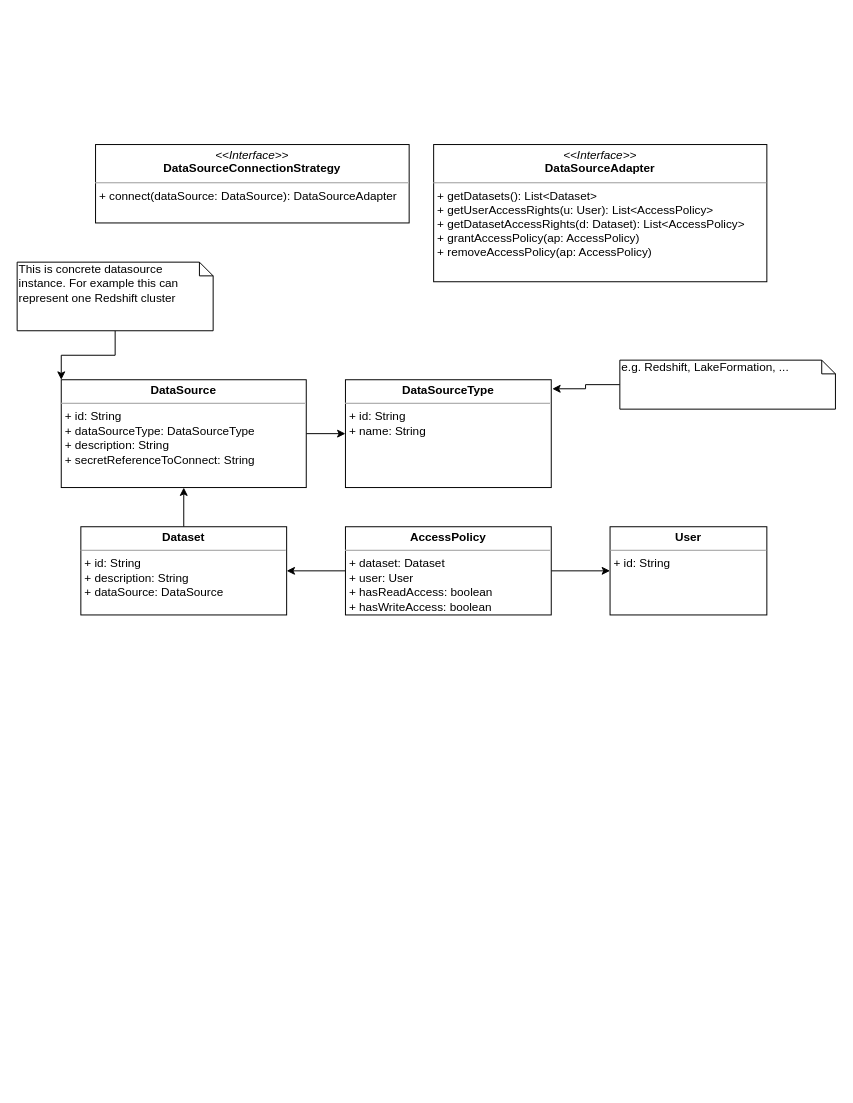
piotr-kalanski/access-management keeps this draw.io diagram as page "domain-model" (2 of 4) of diagrams/diagrams.drawio. Above is the earlier version. Source tidied: cells renumbered, new cells numbered last; positions are measured from the earlier drawing's top-left corner, leaving out a move shared by most shapes. Both pictures are drawn from the tidied source at 98%, with x=0, y=0 at pixel (17, 144).
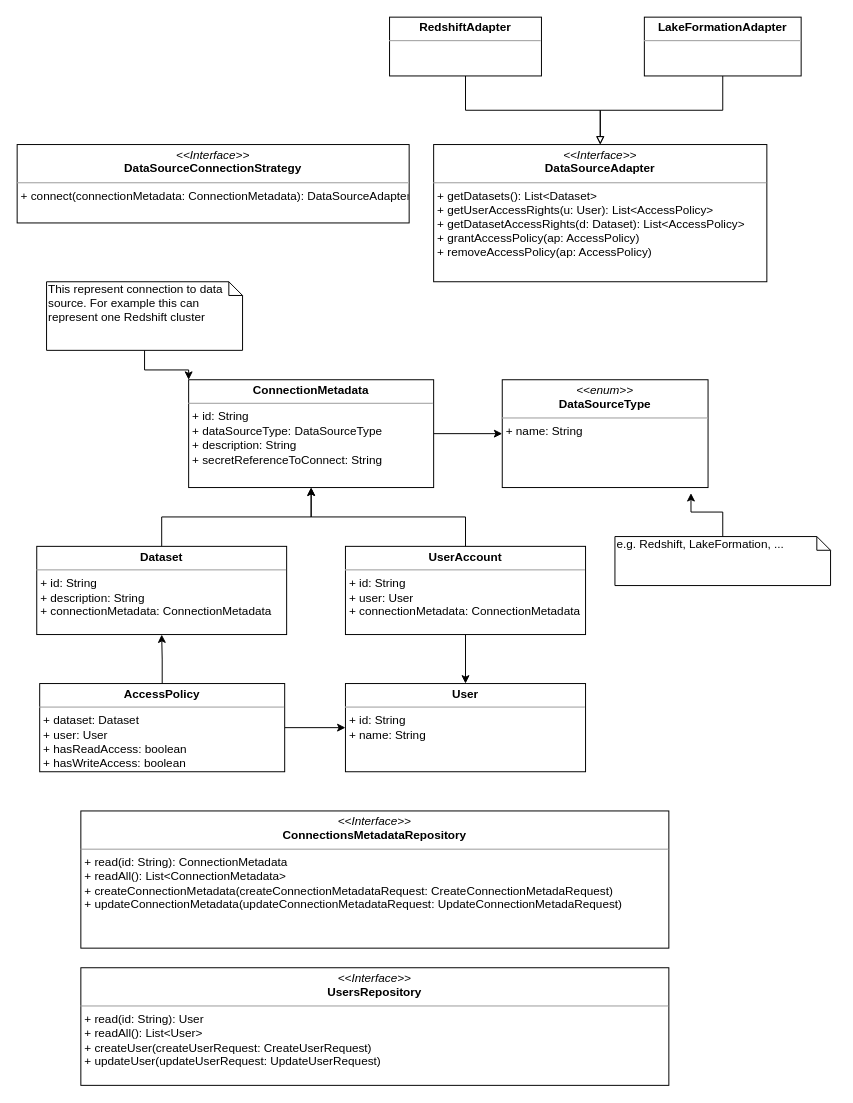
The same diagram, later.

The change refers to these unchanged cells:
```xml
<mxCell id="8" value="&lt;p style=&quot;margin: 0px ; margin-top: 4px ; text-align: center&quot;&gt;&lt;i&gt;&amp;lt;&amp;lt;Interface&amp;gt;&amp;gt;&lt;/i&gt;&lt;br&gt;&lt;b&gt;DataSourceAdapter&lt;/b&gt;&lt;br&gt;&lt;/p&gt;&lt;hr size=&quot;1&quot;&gt;&lt;p style=&quot;margin: 0px ; margin-left: 4px&quot;&gt;&lt;/p&gt;&lt;p style=&quot;margin: 0px ; margin-left: 4px&quot;&gt;+ getDatasets(): List&amp;lt;Dataset&amp;gt;&lt;br&gt;+ getUserAccessRights(u: User): List&amp;lt;AccessPolicy&amp;gt;&lt;br&gt;+ getDatasetAccessRights(d: Dataset): List&amp;lt;AccessPolicy&amp;gt;&lt;br&gt;+ grantAccessPolicy(ap: AccessPolicy)&lt;br&gt;+ removeAccessPolicy(ap: AccessPolicy)&lt;br&gt;&lt;/p&gt;" style="verticalAlign=top;align=left;overflow=fill;fontSize=12;fontFamily=Helvetica;html=1;" parent="1" vertex="1">
  <mxGeometry x="425" width="340" height="140" as="geometry" />
</mxCell>
```

Diff of the diagram source:
```diff
@@
-    <mxCell id="2" value="&lt;p style=&quot;margin: 0px ; margin-top: 4px ; text-align: center&quot;&gt;&lt;b&gt;User&lt;/b&gt;&lt;/p&gt;&lt;hr size=&quot;1&quot;&gt;&lt;p style=&quot;margin: 0px ; margin-left: 4px&quot;&gt;+ id: String&lt;br&gt;&lt;/p&gt;" style="verticalAlign=top;align=left;overflow=fill;fontSize=12;fontFamily=Helvetica;html=1;" parent="1" vertex="1">
-      <mxGeometry x="605" y="390" width="160" height="90" as="geometry" />
+    <mxCell id="2" value="&lt;p style=&quot;margin: 0px ; margin-top: 4px ; text-align: center&quot;&gt;&lt;b&gt;User&lt;/b&gt;&lt;/p&gt;&lt;hr size=&quot;1&quot;&gt;&lt;p style=&quot;margin: 0px ; margin-left: 4px&quot;&gt;+ id: String&lt;br&gt;+ name: String&lt;br&gt;&lt;/p&gt;" style="verticalAlign=top;align=left;overflow=fill;fontSize=12;fontFamily=Helvetica;html=1;" parent="1" vertex="1">
+      <mxGeometry x="335" y="550" width="245" height="90" as="geometry" />
     </mxCell>
-    <mxCell id="3" style="edgeStyle=orthogonalEdgeStyle;rounded=0;jettySize=auto;html=1;entryX=1;entryY=0.5;entryDx=0;entryDy=0;" parent="1" edge="1" source="5" target="7">
+    <mxCell id="3" style="edgeStyle=orthogonalEdgeStyle;rounded=0;jettySize=auto;html=1;entryX=0.5;entryY=1;entryDx=0;entryDy=0;" parent="1" edge="1" source="5" target="7">
       <mxGeometry relative="1" as="geometry" />
     </mxCell>
@@
     <mxCell id="5" value="&lt;p style=&quot;margin: 0px ; margin-top: 4px ; text-align: center&quot;&gt;&lt;b&gt;AccessPolicy&lt;/b&gt;&lt;/p&gt;&lt;hr size=&quot;1&quot;&gt;&lt;p style=&quot;margin: 0px ; margin-left: 4px&quot;&gt;+ dataset: Dataset&lt;br&gt;+ user: User&lt;br&gt;&lt;/p&gt;&lt;p style=&quot;margin: 0px ; margin-left: 4px&quot;&gt;+ hasReadAccess: boolean&lt;/p&gt;&lt;p style=&quot;margin: 0px ; margin-left: 4px&quot;&gt;+ hasWriteAccess: boolean&lt;br&gt;&lt;/p&gt;" style="verticalAlign=top;align=left;overflow=fill;fontSize=12;fontFamily=Helvetica;html=1;" parent="1" vertex="1">
-      <mxGeometry x="335" y="390" width="210" height="90" as="geometry" />
+      <mxGeometry x="23" y="550" width="250" height="90" as="geometry" />
     </mxCell>
@@
-    <mxCell id="7" value="&lt;p style=&quot;margin: 0px ; margin-top: 4px ; text-align: center&quot;&gt;&lt;b&gt;Dataset&lt;/b&gt;&lt;/p&gt;&lt;hr size=&quot;1&quot;&gt;&lt;p style=&quot;margin: 0px ; margin-left: 4px&quot;&gt;+ id: String&lt;br&gt;+ description: String&lt;br&gt;+ dataSource: DataSource&lt;/p&gt;" style="verticalAlign=top;align=left;overflow=fill;fontSize=12;fontFamily=Helvetica;html=1;" parent="1" vertex="1">
-      <mxGeometry x="65" y="390" width="210" height="90" as="geometry" />
+    <mxCell id="7" value="&lt;p style=&quot;margin: 0px ; margin-top: 4px ; text-align: center&quot;&gt;&lt;b&gt;Dataset&lt;/b&gt;&lt;/p&gt;&lt;hr size=&quot;1&quot;&gt;&lt;p style=&quot;margin: 0px ; margin-left: 4px&quot;&gt;+ id: String&lt;br&gt;+ description: String&lt;br&gt;+ connectionMetadata: ConnectionMetadata&lt;/p&gt;&lt;span style=&quot;text-align: center&quot;&gt;&lt;br&gt;&lt;br&gt;&lt;/span&gt;" style="verticalAlign=top;align=left;overflow=fill;fontSize=12;fontFamily=Helvetica;html=1;" parent="1" vertex="1">
+      <mxGeometry x="20" y="410" width="255" height="90" as="geometry" />
     </mxCell>
@@
-    <mxCell id="10" value="&lt;p style=&quot;margin: 0px ; margin-top: 4px ; text-align: center&quot;&gt;&lt;b&gt;DataSource&lt;/b&gt;&lt;/p&gt;&lt;hr size=&quot;1&quot;&gt;&lt;p style=&quot;margin: 0px ; margin-left: 4px&quot;&gt;+ id: String&lt;br&gt;+ dataSourceType:&amp;nbsp;&lt;span style=&quot;text-align: center&quot;&gt;DataSourceType&lt;/span&gt;&lt;br&gt;+ description: String&lt;br&gt;+ secretReferenceToConnect: String&lt;/p&gt;" style="verticalAlign=top;align=left;overflow=fill;fontSize=12;fontFamily=Helvetica;html=1;" parent="1" vertex="1">
-      <mxGeometry x="45" y="240" width="250" height="110" as="geometry" />
+    <mxCell id="10" value="&lt;p style=&quot;margin: 0px ; margin-top: 4px ; text-align: center&quot;&gt;&lt;b&gt;ConnectionMetadata&lt;/b&gt;&lt;/p&gt;&lt;hr size=&quot;1&quot;&gt;&lt;p style=&quot;margin: 0px ; margin-left: 4px&quot;&gt;+ id: String&lt;br&gt;+ dataSourceType:&amp;nbsp;&lt;span style=&quot;text-align: center&quot;&gt;DataSourceType&lt;/span&gt;&lt;br&gt;+ description: String&lt;br&gt;+ secretReferenceToConnect: String&lt;/p&gt;" style="verticalAlign=top;align=left;overflow=fill;fontSize=12;fontFamily=Helvetica;html=1;" parent="1" vertex="1">
+      <mxGeometry x="175" y="240" width="250" height="110" as="geometry" />
     </mxCell>
-    <mxCell id="11" value="&lt;p style=&quot;margin: 0px ; margin-top: 4px ; text-align: center&quot;&gt;&lt;b&gt;DataSourceType&lt;/b&gt;&lt;/p&gt;&lt;hr size=&quot;1&quot;&gt;&lt;p style=&quot;margin: 0px ; margin-left: 4px&quot;&gt;+ id: String&lt;br&gt;+ name: String&lt;br&gt;&lt;/p&gt;" style="verticalAlign=top;align=left;overflow=fill;fontSize=12;fontFamily=Helvetica;html=1;" parent="1" vertex="1">
-      <mxGeometry x="335" y="240" width="210" height="110" as="geometry" />
+    <mxCell id="11" value="&lt;p style=&quot;margin: 0px ; margin-top: 4px ; text-align: center&quot;&gt;&lt;i&gt;&amp;lt;&amp;lt;enum&amp;gt;&amp;gt;&lt;/i&gt;&lt;br&gt;&lt;b&gt;DataSourceType&lt;/b&gt;&lt;/p&gt;&lt;hr size=&quot;1&quot;&gt;&lt;p style=&quot;margin: 0px ; margin-left: 4px&quot;&gt;+ name: String&lt;br&gt;&lt;/p&gt;" style="verticalAlign=top;align=left;overflow=fill;fontSize=12;fontFamily=Helvetica;html=1;" parent="1" vertex="1">
+      <mxGeometry x="495" y="240" width="210" height="110" as="geometry" />
     </mxCell>
-    <mxCell id="12" style="edgeStyle=orthogonalEdgeStyle;rounded=0;jettySize=auto;html=1;entryX=1.005;entryY=0.084;entryDx=0;entryDy=0;entryPerimeter=0;" parent="1" edge="1" source="13" target="11">
+    <mxCell id="12" style="edgeStyle=orthogonalEdgeStyle;rounded=0;jettySize=auto;html=1;entryX=0.917;entryY=1.052;entryDx=0;entryDy=0;entryPerimeter=0;" parent="1" edge="1" source="13" target="11">
       <mxGeometry relative="1" as="geometry" />
     </mxCell>
     <mxCell id="13" value="e.g. Redshift, LakeFormation, ..." style="shape=note;whiteSpace=wrap;html=1;size=14;verticalAlign=top;align=left;spacingTop=-6;" parent="1" vertex="1">
-      <mxGeometry x="615" y="220" width="220" height="50" as="geometry" />
+      <mxGeometry x="610" y="400" width="220" height="50" as="geometry" />
     </mxCell>
@@
-    <mxCell id="15" value="This is concrete datasource instance. For example this can represent one Redshift cluster" style="shape=note;whiteSpace=wrap;html=1;size=14;verticalAlign=top;align=left;spacingTop=-6;" parent="1" vertex="1">
-      <mxGeometry y="120" width="200" height="70" as="geometry" />
+    <mxCell id="15" value="This represent connection to data source. For example this can represent one Redshift cluster" style="shape=note;whiteSpace=wrap;html=1;size=14;verticalAlign=top;align=left;spacingTop=-6;" parent="1" vertex="1">
+      <mxGeometry x="30" y="140" width="200" height="70" as="geometry" />
     </mxCell>
-    <mxCell id="16" value="&lt;p style=&quot;margin: 0px ; margin-top: 4px ; text-align: center&quot;&gt;&lt;i&gt;&amp;lt;&amp;lt;Interface&amp;gt;&amp;gt;&lt;/i&gt;&lt;br&gt;&lt;b&gt;DataSourceConnectionStrategy&lt;/b&gt;&lt;/p&gt;&lt;hr size=&quot;1&quot;&gt;&lt;p style=&quot;margin: 0px ; margin-left: 4px&quot;&gt;&lt;/p&gt;&lt;p style=&quot;margin: 0px ; margin-left: 4px&quot;&gt;+ connect(dataSource: DataSource): DataSourceAdapter&lt;br&gt;&lt;/p&gt;" style="verticalAlign=top;align=left;overflow=fill;fontSize=12;fontFamily=Helvetica;html=1;" parent="1" vertex="1">
-      <mxGeometry x="80" width="320" height="80" as="geometry" />
+    <mxCell id="16" value="&lt;p style=&quot;margin: 0px ; margin-top: 4px ; text-align: center&quot;&gt;&lt;i&gt;&amp;lt;&amp;lt;Interface&amp;gt;&amp;gt;&lt;/i&gt;&lt;br&gt;&lt;b&gt;DataSourceConnectionStrategy&lt;/b&gt;&lt;/p&gt;&lt;hr size=&quot;1&quot;&gt;&lt;p style=&quot;margin: 0px ; margin-left: 4px&quot;&gt;&lt;/p&gt;&lt;p style=&quot;margin: 0px ; margin-left: 4px&quot;&gt;+ connect(connectionMetadata:&amp;nbsp;&lt;span style=&quot;text-align: center&quot;&gt;ConnectionMetadata&lt;/span&gt;): DataSourceAdapter&lt;br&gt;&lt;/p&gt;" style="verticalAlign=top;align=left;overflow=fill;fontSize=12;fontFamily=Helvetica;html=1;" parent="1" vertex="1">
+      <mxGeometry width="400" height="80" as="geometry" />
     </mxCell>
+    <mxCell id="17" style="edgeStyle=orthogonalEdgeStyle;rounded=0;jettySize=auto;html=1;" parent="1" edge="1" source="19" target="2">
+      <mxGeometry relative="1" as="geometry" />
+    </mxCell>
+    <mxCell id="18" style="edgeStyle=orthogonalEdgeStyle;rounded=0;jettySize=auto;html=1;entryX=0.5;entryY=1;entryDx=0;entryDy=0;" parent="1" edge="1" source="19" target="10">
+      <mxGeometry relative="1" as="geometry" />
+    </mxCell>
+    <mxCell id="19" value="&lt;p style=&quot;margin: 0px ; margin-top: 4px ; text-align: center&quot;&gt;&lt;b&gt;UserAccount&lt;/b&gt;&lt;/p&gt;&lt;hr size=&quot;1&quot;&gt;&lt;p style=&quot;margin: 0px ; margin-left: 4px&quot;&gt;+ id: String&lt;br&gt;+ user: User&lt;br&gt;+ connectionMetadata: ConnectionMetadata&lt;br&gt;&lt;/p&gt;" style="verticalAlign=top;align=left;overflow=fill;fontSize=12;fontFamily=Helvetica;html=1;" parent="1" vertex="1">
+      <mxGeometry x="335" y="410" width="245" height="90" as="geometry" />
+    </mxCell>
+    <mxCell id="20" style="edgeStyle=orthogonalEdgeStyle;rounded=0;jettySize=auto;html=1;entryX=0.5;entryY=0;entryDx=0;entryDy=0;endArrow=block;endFill=0;" parent="1" edge="1" source="21" target="8">
+      <mxGeometry relative="1" as="geometry" />
+    </mxCell>
+    <mxCell id="21" value="&lt;p style=&quot;margin: 0px ; margin-top: 4px ; text-align: center&quot;&gt;&lt;b&gt;RedshiftAdapter&lt;/b&gt;&lt;br&gt;&lt;/p&gt;&lt;hr size=&quot;1&quot;&gt;&lt;p style=&quot;margin: 0px ; margin-left: 4px&quot;&gt;&lt;/p&gt;&lt;p style=&quot;margin: 0px ; margin-left: 4px&quot;&gt;&lt;br&gt;&lt;/p&gt;" style="verticalAlign=top;align=left;overflow=fill;fontSize=12;fontFamily=Helvetica;html=1;" parent="1" vertex="1">
+      <mxGeometry x="380" y="-130" width="155" height="60" as="geometry" />
+    </mxCell>
+    <mxCell id="22" style="edgeStyle=orthogonalEdgeStyle;rounded=0;jettySize=auto;html=1;entryX=0.5;entryY=0;entryDx=0;entryDy=0;endArrow=block;endFill=0;" parent="1" edge="1" source="23" target="8">
+      <mxGeometry relative="1" as="geometry" />
+    </mxCell>
+    <mxCell id="23" value="&lt;p style=&quot;margin: 0px ; margin-top: 4px ; text-align: center&quot;&gt;&lt;b&gt;LakeFormationAdapter&lt;/b&gt;&lt;br&gt;&lt;/p&gt;&lt;hr size=&quot;1&quot;&gt;&lt;p style=&quot;margin: 0px ; margin-left: 4px&quot;&gt;&lt;/p&gt;&lt;p style=&quot;margin: 0px ; margin-left: 4px&quot;&gt;&lt;br&gt;&lt;/p&gt;" style="verticalAlign=top;align=left;overflow=fill;fontSize=12;fontFamily=Helvetica;html=1;" parent="1" vertex="1">
+      <mxGeometry x="640" y="-130" width="160" height="60" as="geometry" />
+    </mxCell>
+    <mxCell id="24" value="&lt;p style=&quot;margin: 0px ; margin-top: 4px ; text-align: center&quot;&gt;&lt;i&gt;&amp;lt;&amp;lt;Interface&amp;gt;&amp;gt;&lt;/i&gt;&lt;br&gt;&lt;b&gt;ConnectionsMetadataRepository&lt;/b&gt;&lt;br&gt;&lt;/p&gt;&lt;hr size=&quot;1&quot;&gt;&lt;p style=&quot;margin: 0px ; margin-left: 4px&quot;&gt;&lt;/p&gt;&lt;p style=&quot;margin: 0px ; margin-left: 4px&quot;&gt;+ read(id: String): ConnectionMetadata&lt;br&gt;+ readAll(): List&amp;lt;ConnectionMetadata&amp;gt;&lt;br&gt;+ createConnectionMetadata(createConnectionMetadataRequest: CreateConnectionMetadaRequest)&lt;br&gt;+ updateConnectionMetadata(updateConnectionMetadataRequest: UpdateConnectionMetadaRequest)&lt;br&gt;&lt;/p&gt;" style="verticalAlign=top;align=left;overflow=fill;fontSize=12;fontFamily=Helvetica;html=1;" parent="1" vertex="1">
+      <mxGeometry x="65" y="680" width="600" height="140" as="geometry" />
+    </mxCell>
+    <mxCell id="25" value="&lt;p style=&quot;margin: 0px ; margin-top: 4px ; text-align: center&quot;&gt;&lt;i&gt;&amp;lt;&amp;lt;Interface&amp;gt;&amp;gt;&lt;/i&gt;&lt;br&gt;&lt;b&gt;UsersRepository&lt;/b&gt;&lt;br&gt;&lt;/p&gt;&lt;hr size=&quot;1&quot;&gt;&lt;p style=&quot;margin: 0px ; margin-left: 4px&quot;&gt;&lt;/p&gt;&lt;p style=&quot;margin: 0px ; margin-left: 4px&quot;&gt;+ read(id: String): User&lt;br&gt;+ readAll(): List&amp;lt;User&amp;gt;&lt;br&gt;+ createUser(createUserRequest: CreateUserRequest)&lt;br&gt;+ updateUser(updateUserRequest: UpdateUserRequest)&lt;br&gt;&lt;/p&gt;" style="verticalAlign=top;align=left;overflow=fill;fontSize=12;fontFamily=Helvetica;html=1;" parent="1" vertex="1">
+      <mxGeometry x="65" y="840" width="600" height="120" as="geometry" />
+    </mxCell>
```
